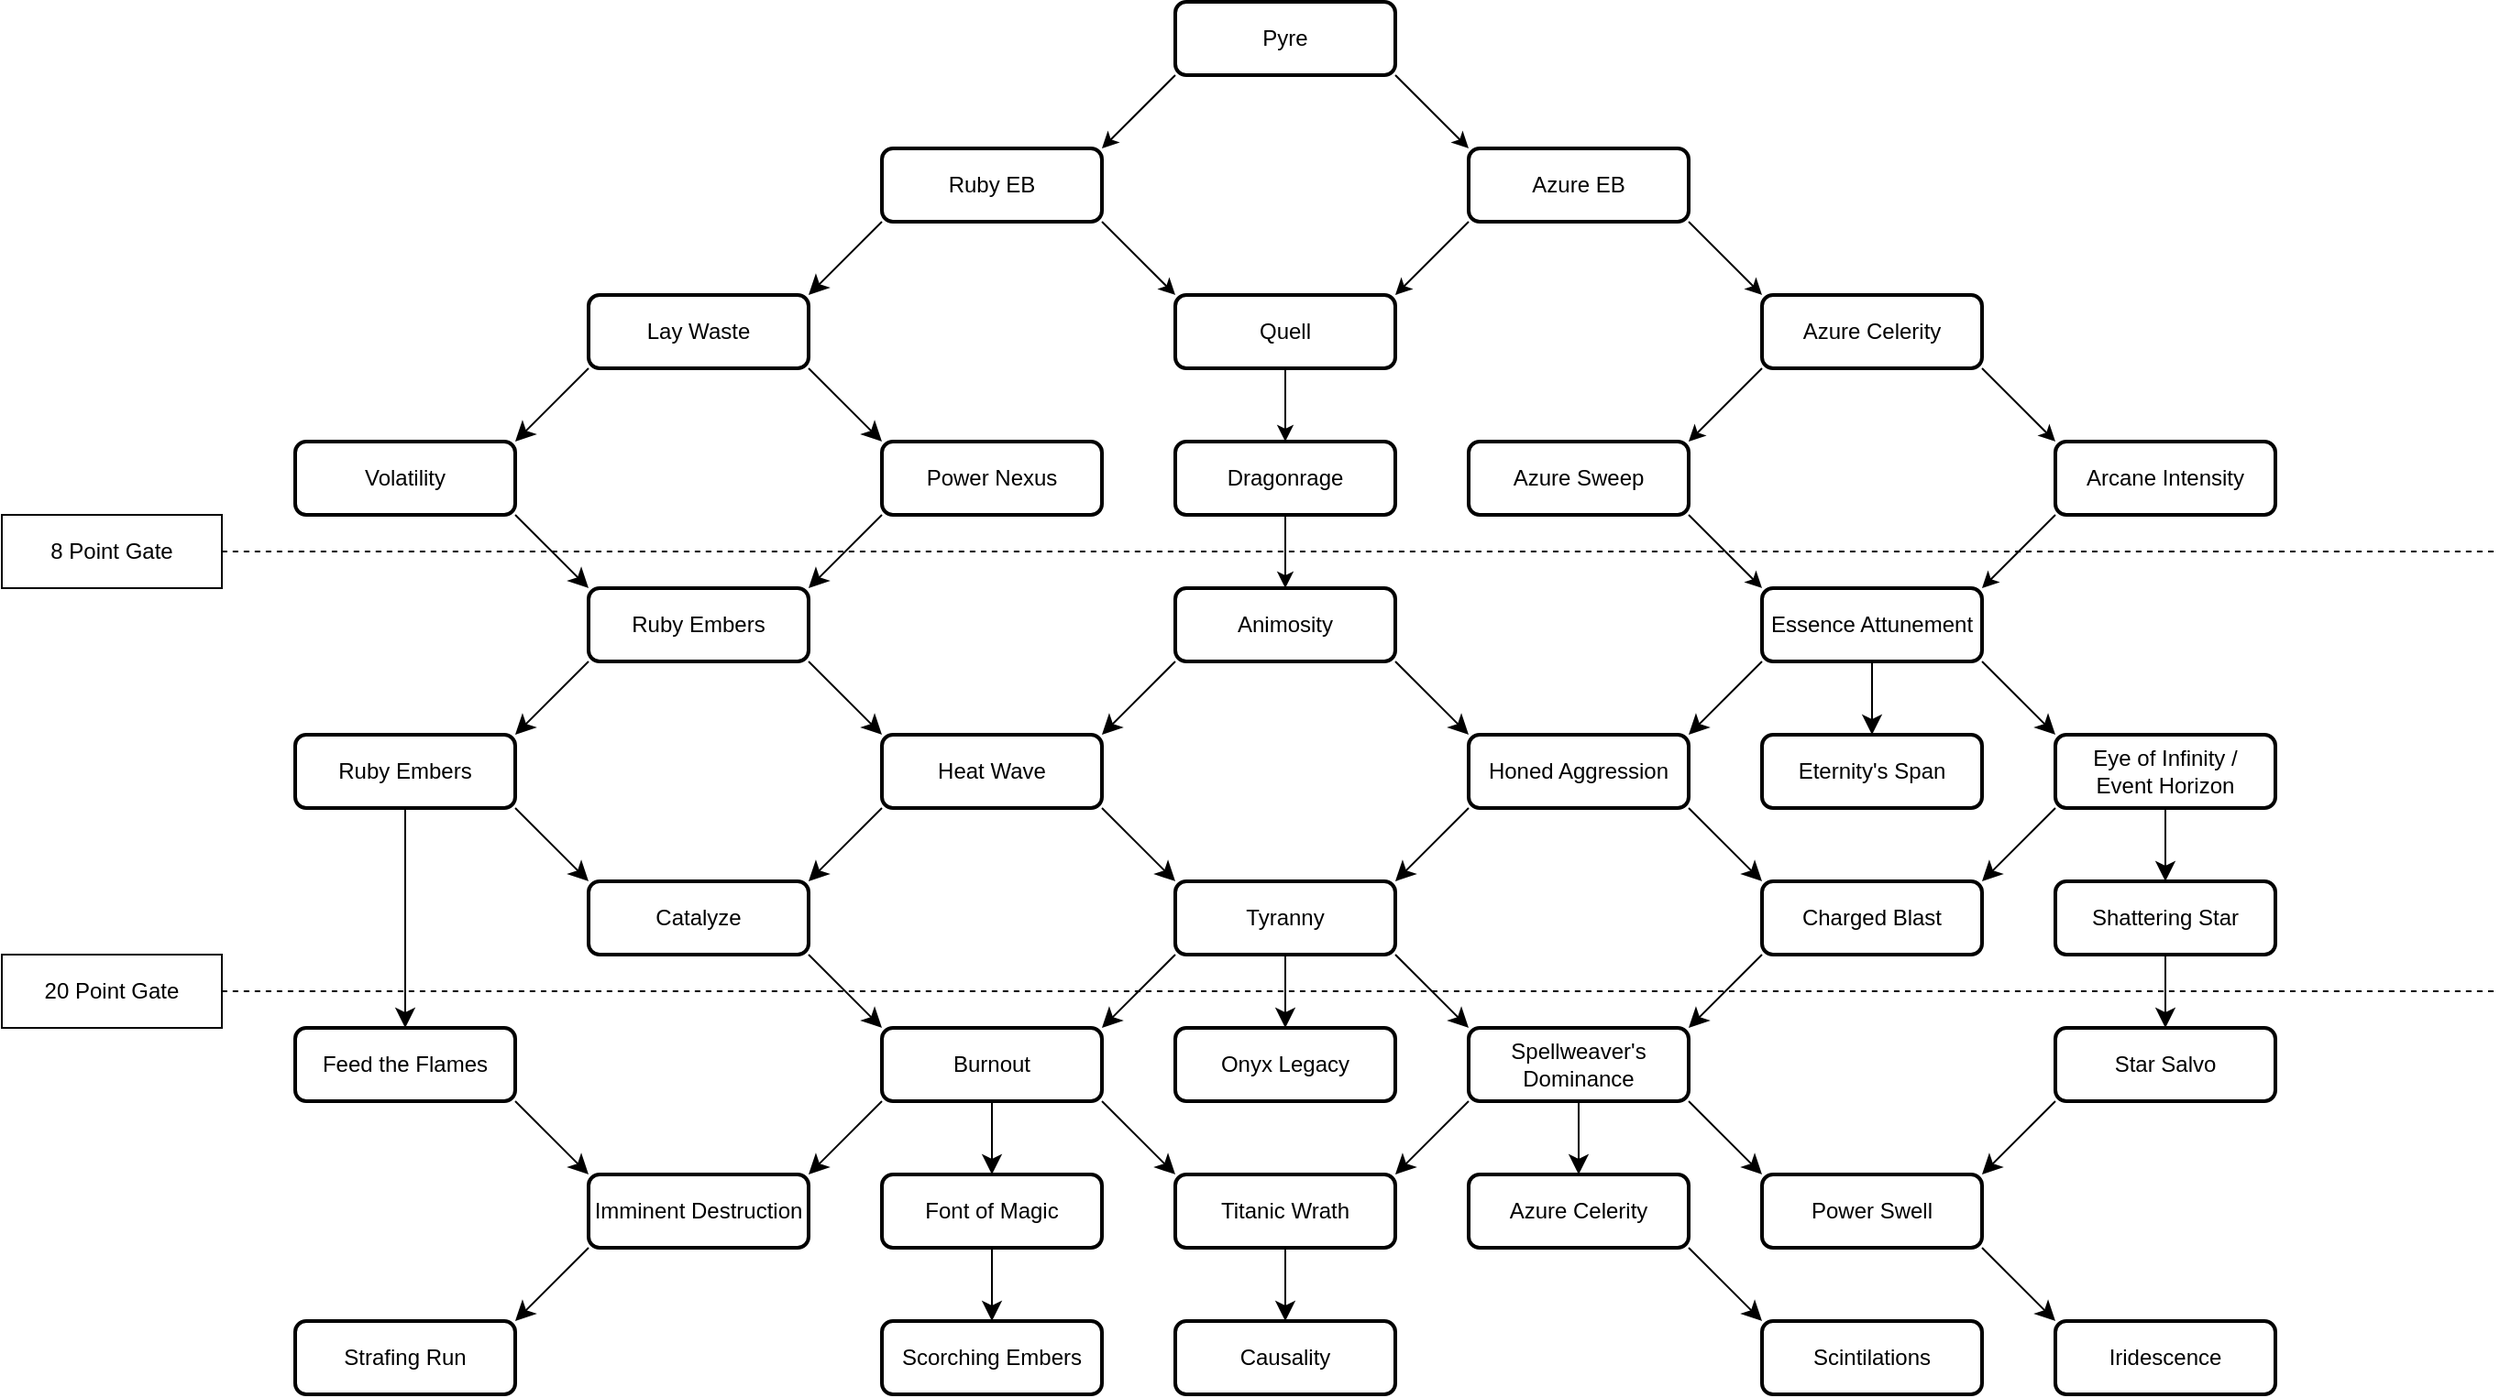
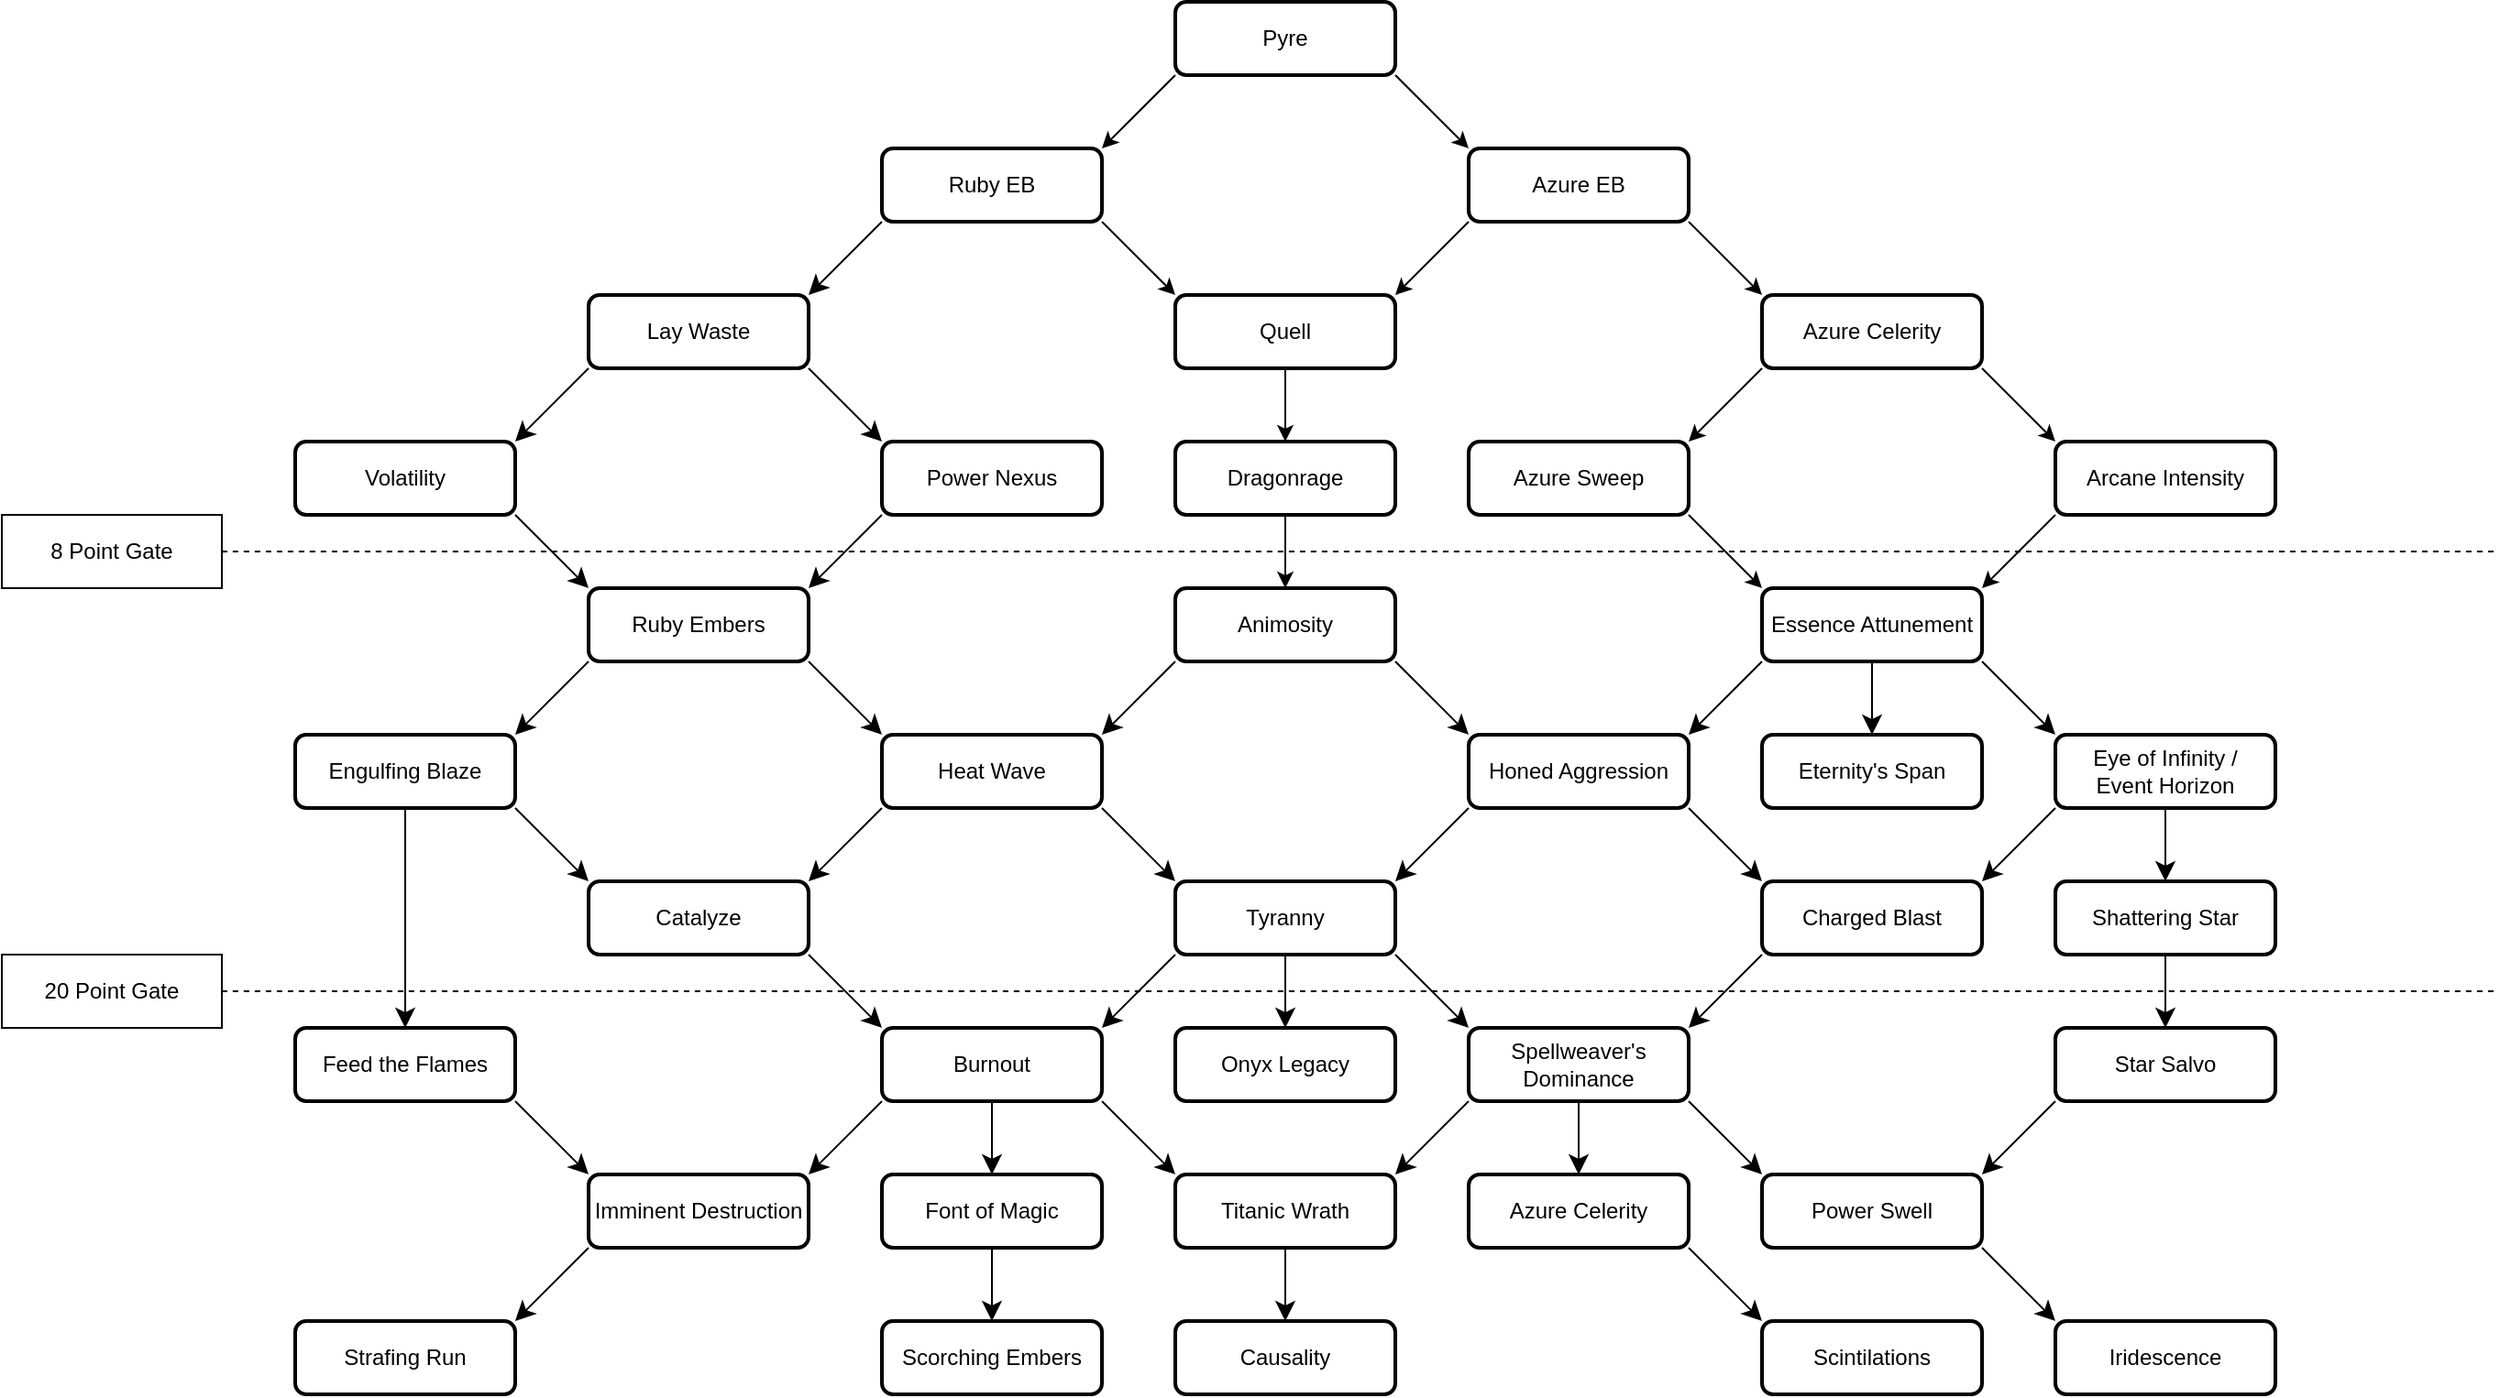
<mxfile host="app.diagrams.net" agent="Mozilla/5.0 (Windows NT 10.0; Win64; x64) AppleWebKit/537.36 (KHTML, like Gecko) Chrome/140.0.0.0 Safari/537.36 OPR/124.0.0.0">
  <diagram name="Page-1" id="hOetuab5Neo2MUPY-Vw1">
    <mxGraphModel dx="1844" dy="803" grid="0" gridSize="10" guides="1" tooltips="1" connect="1" arrows="1" fold="1" page="0" pageScale="1" pageWidth="850" pageHeight="1100" background="none" math="0" shadow="0">
      <root>
        <mxCell id="0" />
        <mxCell id="1" parent="0" />
        <mxCell id="OIwntdkwLblrr2rhOdX1-7" edge="1" parent="1" source="0f6FQbk-GcDdoWLRAv9r-2" style="rounded=0;orthogonalLoop=1;jettySize=auto;html=1;exitX=1;exitY=1;exitDx=0;exitDy=0;entryX=0;entryY=0;entryDx=0;entryDy=0;" target="0f6FQbk-GcDdoWLRAv9r-29">
          <mxGeometry relative="1" as="geometry" />
        </mxCell>
        <mxCell id="0f6FQbk-GcDdoWLRAv9r-2" parent="1" style="rounded=1;whiteSpace=wrap;html=1;strokeColor=light-dark(#000000,#0000FF);strokeWidth=2;" value="Pyre" vertex="1">
          <mxGeometry height="40" width="120" x="320" y="40" as="geometry" />
        </mxCell>
        <mxCell id="OIwntdkwLblrr2rhOdX1-9" edge="1" parent="1" source="0f6FQbk-GcDdoWLRAv9r-3" style="rounded=0;orthogonalLoop=1;jettySize=auto;html=1;exitX=1;exitY=1;exitDx=0;exitDy=0;entryX=0;entryY=0;entryDx=0;entryDy=0;" target="0f6FQbk-GcDdoWLRAv9r-21">
          <mxGeometry relative="1" as="geometry" />
        </mxCell>
        <mxCell id="0f6FQbk-GcDdoWLRAv9r-3" parent="1" style="rounded=1;whiteSpace=wrap;html=1;strokeWidth=2;strokeColor=light-dark(#000000,#000099);" value="Ruby EB" vertex="1">
          <mxGeometry height="40" width="120" x="160" y="120" as="geometry" />
        </mxCell>
        <mxCell id="0f6FQbk-GcDdoWLRAv9r-44" edge="1" parent="1" style="edgeStyle=none;curved=1;rounded=1;orthogonalLoop=1;jettySize=auto;html=1;exitX=1;exitY=1;exitDx=0;exitDy=0;entryX=0;entryY=0;entryDx=0;entryDy=0;fontSize=12;startSize=8;endSize=8;">
          <mxGeometry relative="1" as="geometry">
            <mxPoint x="440" y="560" as="sourcePoint" />
            <mxPoint x="480" y="600" as="targetPoint" />
          </mxGeometry>
        </mxCell>
        <mxCell id="0f6FQbk-GcDdoWLRAv9r-47" edge="1" parent="1" style="edgeStyle=none;curved=1;rounded=1;orthogonalLoop=1;jettySize=auto;html=1;exitX=0;exitY=1;exitDx=0;exitDy=0;entryX=1;entryY=0;entryDx=0;entryDy=0;fontSize=12;startSize=8;endSize=8;">
          <mxGeometry relative="1" as="geometry">
            <mxPoint x="320" y="560" as="sourcePoint" />
            <mxPoint x="280" y="600" as="targetPoint" />
          </mxGeometry>
        </mxCell>
        <mxCell id="0f6FQbk-GcDdoWLRAv9r-58" edge="1" parent="1" style="edgeStyle=none;curved=1;rounded=1;orthogonalLoop=1;jettySize=auto;html=1;exitX=0.5;exitY=1;exitDx=0;exitDy=0;entryX=0.5;entryY=0;entryDx=0;entryDy=0;fontSize=12;startSize=8;endSize=8;" target="p8pHNqXcbaAZnEPRJ2cy-6">
          <mxGeometry relative="1" as="geometry">
            <mxPoint x="540" y="640" as="sourcePoint" />
            <mxPoint x="540" y="680" as="targetPoint" />
          </mxGeometry>
        </mxCell>
        <mxCell id="0f6FQbk-GcDdoWLRAv9r-59" edge="1" parent="1" style="edgeStyle=none;curved=1;rounded=1;orthogonalLoop=1;jettySize=auto;html=1;exitX=1;exitY=1;exitDx=0;exitDy=0;entryX=0;entryY=0;entryDx=0;entryDy=0;fontSize=12;startSize=8;endSize=8;">
          <mxGeometry relative="1" as="geometry">
            <mxPoint x="600" y="640" as="sourcePoint" />
            <mxPoint x="640" y="680" as="targetPoint" />
          </mxGeometry>
        </mxCell>
        <mxCell id="0f6FQbk-GcDdoWLRAv9r-65" edge="1" parent="1" style="edgeStyle=none;curved=1;rounded=1;orthogonalLoop=1;jettySize=auto;html=1;exitX=0;exitY=1;exitDx=0;exitDy=0;entryX=1;entryY=0;entryDx=0;entryDy=0;fontSize=12;startSize=8;endSize=8;">
          <mxGeometry relative="1" as="geometry">
            <mxPoint x="640" y="560" as="sourcePoint" />
            <mxPoint x="600" y="600" as="targetPoint" />
          </mxGeometry>
        </mxCell>
        <mxCell id="OIwntdkwLblrr2rhOdX1-15" edge="1" parent="1" source="0f6FQbk-GcDdoWLRAv9r-21" style="edgeStyle=none;rounded=0;orthogonalLoop=1;jettySize=auto;html=1;exitX=0.5;exitY=1;exitDx=0;exitDy=0;entryX=0.5;entryY=0;entryDx=0;entryDy=0;" target="0f6FQbk-GcDdoWLRAv9r-22">
          <mxGeometry relative="1" as="geometry" />
        </mxCell>
        <mxCell id="0f6FQbk-GcDdoWLRAv9r-21" parent="1" style="rounded=1;whiteSpace=wrap;html=1;strokeWidth=2;strokeColor=light-dark(#000000,#000099);" value="Quell" vertex="1">
          <mxGeometry height="40" width="120" x="320" y="200" as="geometry" />
        </mxCell>
        <mxCell id="OIwntdkwLblrr2rhOdX1-16" edge="1" parent="1" source="0f6FQbk-GcDdoWLRAv9r-22" style="edgeStyle=none;rounded=0;orthogonalLoop=1;jettySize=auto;html=1;exitX=0.5;exitY=1;exitDx=0;exitDy=0;entryX=0.5;entryY=0;entryDx=0;entryDy=0;" target="0f6FQbk-GcDdoWLRAv9r-23">
          <mxGeometry relative="1" as="geometry" />
        </mxCell>
        <mxCell id="0f6FQbk-GcDdoWLRAv9r-22" parent="1" style="rounded=1;whiteSpace=wrap;html=1;strokeWidth=2;strokeColor=light-dark(#000000,#000099);" value="Dragonrage" vertex="1">
          <mxGeometry height="40" width="120" x="320" y="280" as="geometry" />
        </mxCell>
        <mxCell id="0f6FQbk-GcDdoWLRAv9r-23" parent="1" style="rounded=1;whiteSpace=wrap;html=1;strokeColor=light-dark(#000000,#0000FF);strokeWidth=2;" value="Animosity" vertex="1">
          <mxGeometry height="40" width="120" x="320" y="360" as="geometry" />
        </mxCell>
        <mxCell id="0f6FQbk-GcDdoWLRAv9r-66" edge="1" parent="1" style="edgeStyle=none;curved=1;rounded=1;orthogonalLoop=1;jettySize=auto;html=1;exitX=0;exitY=1;exitDx=0;exitDy=0;entryX=1;entryY=0;entryDx=0;entryDy=0;fontSize=12;startSize=8;endSize=8;">
          <mxGeometry relative="1" as="geometry">
            <mxPoint x="640" y="400" as="sourcePoint" />
            <mxPoint x="600" y="440" as="targetPoint" />
          </mxGeometry>
        </mxCell>
        <mxCell id="0f6FQbk-GcDdoWLRAv9r-62" edge="1" parent="1" source="0f6FQbk-GcDdoWLRAv9r-27" style="edgeStyle=none;curved=1;rounded=1;orthogonalLoop=1;jettySize=auto;html=1;exitX=0.5;exitY=1;exitDx=0;exitDy=0;entryX=0.5;entryY=0;entryDx=0;entryDy=0;fontSize=12;startSize=8;endSize=8;" target="p8pHNqXcbaAZnEPRJ2cy-14">
          <mxGeometry relative="1" as="geometry" />
        </mxCell>
        <mxCell id="0f6FQbk-GcDdoWLRAv9r-64" edge="1" parent="1" source="0f6FQbk-GcDdoWLRAv9r-27" style="edgeStyle=none;curved=1;rounded=1;orthogonalLoop=1;jettySize=auto;html=1;exitX=0;exitY=1;exitDx=0;exitDy=0;entryX=1;entryY=0;entryDx=0;entryDy=0;fontSize=12;startSize=8;endSize=8;">
          <mxGeometry relative="1" as="geometry">
            <mxPoint x="760" y="520" as="targetPoint" />
          </mxGeometry>
        </mxCell>
        <mxCell id="0f6FQbk-GcDdoWLRAv9r-27" parent="1" style="rounded=1;whiteSpace=wrap;html=1;strokeWidth=2;strokeColor=light-dark(#000000,#00FF00);" value="Eye of Infinity / &lt;br&gt;Event Horizon" vertex="1">
          <mxGeometry height="40" width="120" x="800" y="440" as="geometry" />
        </mxCell>
        <mxCell id="0f6FQbk-GcDdoWLRAv9r-60" edge="1" parent="1" source="0f6FQbk-GcDdoWLRAv9r-28" style="edgeStyle=none;curved=1;rounded=1;orthogonalLoop=1;jettySize=auto;html=1;exitX=0;exitY=1;exitDx=0;exitDy=0;entryX=1;entryY=0;entryDx=0;entryDy=0;fontSize=12;startSize=8;endSize=8;">
          <mxGeometry relative="1" as="geometry">
            <mxPoint x="760" y="680" as="targetPoint" />
          </mxGeometry>
        </mxCell>
        <mxCell id="0f6FQbk-GcDdoWLRAv9r-28" parent="1" style="rounded=1;whiteSpace=wrap;html=1;strokeColor=light-dark(#000000,#0000FF);strokeWidth=2;" value="Star Salvo" vertex="1">
          <mxGeometry height="40" width="120" x="800" y="600" as="geometry" />
        </mxCell>
        <mxCell id="OIwntdkwLblrr2rhOdX1-8" edge="1" parent="1" source="0f6FQbk-GcDdoWLRAv9r-29" style="rounded=0;orthogonalLoop=1;jettySize=auto;html=1;exitX=0;exitY=1;exitDx=0;exitDy=0;entryX=1;entryY=0;entryDx=0;entryDy=0;" target="0f6FQbk-GcDdoWLRAv9r-21">
          <mxGeometry relative="1" as="geometry" />
        </mxCell>
        <mxCell id="OIwntdkwLblrr2rhOdX1-10" edge="1" parent="1" source="0f6FQbk-GcDdoWLRAv9r-29" style="edgeStyle=none;rounded=0;orthogonalLoop=1;jettySize=auto;html=1;exitX=1;exitY=1;exitDx=0;exitDy=0;entryX=0;entryY=0;entryDx=0;entryDy=0;" target="LhPUbgTbJpqGcTxOS-ww-83">
          <mxGeometry relative="1" as="geometry" />
        </mxCell>
        <mxCell id="0f6FQbk-GcDdoWLRAv9r-29" parent="1" style="rounded=1;whiteSpace=wrap;html=1;strokeWidth=2;strokeColor=light-dark(#000000,#000099);" value="Azure EB" vertex="1">
          <mxGeometry height="40" width="120" x="480" y="120" as="geometry" />
        </mxCell>
        <mxCell id="0f6FQbk-GcDdoWLRAv9r-67" edge="1" parent="1" style="edgeStyle=none;curved=1;rounded=1;orthogonalLoop=1;jettySize=auto;html=1;exitX=1;exitY=1;exitDx=0;exitDy=0;entryX=0;entryY=0;entryDx=0;entryDy=0;fontSize=12;startSize=8;endSize=8;">
          <mxGeometry relative="1" as="geometry">
            <mxPoint x="600" y="480" as="sourcePoint" />
            <mxPoint x="640" y="520" as="targetPoint" />
          </mxGeometry>
        </mxCell>
        <mxCell id="0f6FQbk-GcDdoWLRAv9r-63" edge="1" parent="1" style="edgeStyle=none;curved=1;rounded=1;orthogonalLoop=1;jettySize=auto;html=1;exitX=1;exitY=1;exitDx=0;exitDy=0;entryX=0;entryY=0;entryDx=0;entryDy=0;fontSize=12;startSize=8;endSize=8;" target="0f6FQbk-GcDdoWLRAv9r-27">
          <mxGeometry relative="1" as="geometry">
            <mxPoint x="760" y="400" as="sourcePoint" />
          </mxGeometry>
        </mxCell>
        <mxCell id="LhPUbgTbJpqGcTxOS-ww-34" edge="1" parent="1" style="edgeStyle=none;curved=1;rounded=1;orthogonalLoop=1;jettySize=auto;html=1;exitX=1;exitY=1;exitDx=0;exitDy=0;entryX=0;entryY=0;entryDx=0;entryDy=0;fontSize=12;startSize=8;endSize=8;">
          <mxGeometry relative="1" as="geometry">
            <mxPoint x="280" y="640" as="sourcePoint" />
            <mxPoint x="320" y="680" as="targetPoint" />
          </mxGeometry>
        </mxCell>
        <mxCell id="LhPUbgTbJpqGcTxOS-ww-41" edge="1" parent="1" style="edgeStyle=none;curved=1;rounded=1;orthogonalLoop=1;jettySize=auto;html=1;exitX=0.5;exitY=1;exitDx=0;exitDy=0;fontSize=12;startSize=8;endSize=8;">
          <mxGeometry relative="1" as="geometry">
            <mxPoint x="220" y="640" as="sourcePoint" />
          </mxGeometry>
        </mxCell>
        <mxCell id="LhPUbgTbJpqGcTxOS-ww-33" edge="1" parent="1" style="edgeStyle=none;curved=1;rounded=1;orthogonalLoop=1;jettySize=auto;html=1;exitX=0;exitY=1;exitDx=0;exitDy=0;entryX=1;entryY=0;entryDx=0;entryDy=0;fontSize=12;startSize=8;endSize=8;">
          <mxGeometry relative="1" as="geometry">
            <mxPoint x="480" y="640" as="sourcePoint" />
            <mxPoint x="440" y="680" as="targetPoint" />
          </mxGeometry>
        </mxCell>
        <mxCell id="LhPUbgTbJpqGcTxOS-ww-43" edge="1" parent="1" source="LhPUbgTbJpqGcTxOS-ww-36" style="edgeStyle=none;curved=1;rounded=1;orthogonalLoop=1;jettySize=auto;html=1;exitX=0.5;exitY=1;exitDx=0;exitDy=0;entryX=0.5;entryY=0;entryDx=0;entryDy=0;fontSize=12;startSize=8;endSize=8;" target="LhPUbgTbJpqGcTxOS-ww-42">
          <mxGeometry relative="1" as="geometry" />
        </mxCell>
        <mxCell id="LhPUbgTbJpqGcTxOS-ww-36" parent="1" style="rounded=1;whiteSpace=wrap;html=1;strokeColor=light-dark(#000000,#0000FF);strokeWidth=2;" value="Titanic Wrath" vertex="1">
          <mxGeometry height="40" width="120" x="320" y="680" as="geometry" />
        </mxCell>
        <mxCell id="LhPUbgTbJpqGcTxOS-ww-42" parent="1" style="rounded=1;whiteSpace=wrap;html=1;strokeColor=light-dark(#000000,#0000FF);strokeWidth=2;" value="Causality" vertex="1">
          <mxGeometry height="40" width="120" x="320" y="760" as="geometry" />
        </mxCell>
        <mxCell id="LhPUbgTbJpqGcTxOS-ww-44" parent="1" style="rounded=1;whiteSpace=wrap;html=1;strokeColor=light-dark(#000000,#0000FF);strokeWidth=2;" value="Scintilations" vertex="1">
          <mxGeometry height="40" width="120" x="640" y="760" as="geometry" />
        </mxCell>
        <mxCell id="LhPUbgTbJpqGcTxOS-ww-52" edge="1" parent="1" style="edgeStyle=none;curved=1;rounded=1;orthogonalLoop=1;jettySize=auto;html=1;exitX=0;exitY=1;exitDx=0;exitDy=0;entryX=1;entryY=0;entryDx=0;entryDy=0;fontSize=12;startSize=8;endSize=8;">
          <mxGeometry relative="1" as="geometry">
            <mxPoint x="160" y="480" as="sourcePoint" />
          </mxGeometry>
        </mxCell>
        <mxCell id="LhPUbgTbJpqGcTxOS-ww-53" edge="1" parent="1" style="edgeStyle=none;curved=1;rounded=1;orthogonalLoop=1;jettySize=auto;html=1;exitX=1;exitY=1;exitDx=0;exitDy=0;entryX=0;entryY=0;entryDx=0;entryDy=0;fontSize=12;startSize=8;endSize=8;">
          <mxGeometry relative="1" as="geometry">
            <mxPoint x="160" y="600" as="targetPoint" />
          </mxGeometry>
        </mxCell>
        <mxCell id="LhPUbgTbJpqGcTxOS-ww-56" parent="1" style="rounded=1;whiteSpace=wrap;html=1;strokeColor=light-dark(#000000,#0000FF);strokeWidth=2;" value="Tyranny" vertex="1">
          <mxGeometry height="40" width="120" x="320" y="520" as="geometry" />
        </mxCell>
        <mxCell id="LhPUbgTbJpqGcTxOS-ww-62" edge="1" parent="1" style="endArrow=none;dashed=1;html=1;rounded=1;fontSize=12;startSize=8;endSize=8;curved=1;" value="">
          <mxGeometry height="50" relative="1" width="50" as="geometry">
            <mxPoint x="-200" y="580" as="sourcePoint" />
            <mxPoint x="1040" y="580" as="targetPoint" />
          </mxGeometry>
        </mxCell>
        <mxCell id="LhPUbgTbJpqGcTxOS-ww-64" parent="1" style="rounded=0;whiteSpace=wrap;html=1;" value="20 Point Gate" vertex="1">
          <mxGeometry height="40" width="120" x="-320" y="560" as="geometry" />
        </mxCell>
        <mxCell id="LhPUbgTbJpqGcTxOS-ww-66" edge="1" parent="1" style="endArrow=none;dashed=1;html=1;rounded=1;fontSize=12;startSize=8;endSize=8;curved=1;" value="">
          <mxGeometry height="50" relative="1" width="50" as="geometry">
            <mxPoint x="-200" y="340" as="sourcePoint" />
            <mxPoint x="1040" y="340" as="targetPoint" />
          </mxGeometry>
        </mxCell>
        <mxCell id="LhPUbgTbJpqGcTxOS-ww-67" parent="1" style="rounded=0;whiteSpace=wrap;html=1;" value="8 Point Gate" vertex="1">
          <mxGeometry height="40" width="120" x="-320" y="320" as="geometry" />
        </mxCell>
        <mxCell id="LhPUbgTbJpqGcTxOS-ww-70" parent="1" style="rounded=1;whiteSpace=wrap;html=1;strokeColor=light-dark(#000000,#0000FF);strokeWidth=2;" value="Volatility" vertex="1">
          <mxGeometry height="40" width="120" x="-160" y="280" as="geometry" />
        </mxCell>
        <mxCell id="OIwntdkwLblrr2rhOdX1-12" edge="1" parent="1" source="LhPUbgTbJpqGcTxOS-ww-75" style="edgeStyle=none;rounded=0;orthogonalLoop=1;jettySize=auto;html=1;exitX=1;exitY=1;exitDx=0;exitDy=0;entryX=0;entryY=0;entryDx=0;entryDy=0;" target="LhPUbgTbJpqGcTxOS-ww-118">
          <mxGeometry relative="1" as="geometry" />
        </mxCell>
        <mxCell id="LhPUbgTbJpqGcTxOS-ww-75" parent="1" style="rounded=1;whiteSpace=wrap;html=1;strokeColor=light-dark(#000000,#0000FF);strokeWidth=2;" value="Azure Sweep" vertex="1">
          <mxGeometry height="40" width="120" x="480" y="280" as="geometry" />
        </mxCell>
        <mxCell id="LhPUbgTbJpqGcTxOS-ww-80" parent="1" style="rounded=1;whiteSpace=wrap;html=1;strokeColor=light-dark(#000000,#0000FF);strokeWidth=2;" value="Power Nexus" vertex="1">
          <mxGeometry height="40" width="120" x="160" y="280" as="geometry" />
        </mxCell>
        <mxCell id="LhPUbgTbJpqGcTxOS-ww-81" parent="1" style="rounded=1;whiteSpace=wrap;html=1;strokeColor=light-dark(#000000,#0000FF);strokeWidth=2;" value="Ruby Embers" vertex="1">
          <mxGeometry height="40" width="120" y="360" as="geometry" />
        </mxCell>
        <mxCell id="OIwntdkwLblrr2rhOdX1-11" edge="1" parent="1" source="LhPUbgTbJpqGcTxOS-ww-83" style="edgeStyle=none;rounded=0;orthogonalLoop=1;jettySize=auto;html=1;exitX=0;exitY=1;exitDx=0;exitDy=0;entryX=1;entryY=0;entryDx=0;entryDy=0;" target="LhPUbgTbJpqGcTxOS-ww-75">
          <mxGeometry relative="1" as="geometry" />
        </mxCell>
        <mxCell id="OIwntdkwLblrr2rhOdX1-14" edge="1" parent="1" source="LhPUbgTbJpqGcTxOS-ww-83" style="edgeStyle=none;rounded=0;orthogonalLoop=1;jettySize=auto;html=1;exitX=1;exitY=1;exitDx=0;exitDy=0;entryX=0;entryY=0;entryDx=0;entryDy=0;" target="LhPUbgTbJpqGcTxOS-ww-148">
          <mxGeometry relative="1" as="geometry" />
        </mxCell>
        <mxCell id="LhPUbgTbJpqGcTxOS-ww-83" parent="1" style="rounded=1;whiteSpace=wrap;html=1;strokeColor=light-dark(#000000,#0000FF);strokeWidth=2;" value="Azure Celerity" vertex="1">
          <mxGeometry height="40" width="120" x="640" y="200" as="geometry" />
        </mxCell>
        <mxCell id="LhPUbgTbJpqGcTxOS-ww-94" parent="1" style="rounded=1;whiteSpace=wrap;html=1;strokeColor=light-dark(#000000,#0000FF);strokeWidth=2;" value="Strafing Run" vertex="1">
          <mxGeometry height="40" width="120" x="-160" y="760" as="geometry" />
        </mxCell>
        <mxCell id="LhPUbgTbJpqGcTxOS-ww-101" edge="1" parent="1" source="LhPUbgTbJpqGcTxOS-ww-97" style="edgeStyle=none;curved=1;rounded=1;orthogonalLoop=1;jettySize=auto;html=1;exitX=0;exitY=1;exitDx=0;exitDy=0;entryX=1;entryY=0;entryDx=0;entryDy=0;fontSize=12;startSize=8;endSize=8;" target="p8pHNqXcbaAZnEPRJ2cy-4">
          <mxGeometry relative="1" as="geometry">
            <mxPoint x="120" y="520" as="targetPoint" />
          </mxGeometry>
        </mxCell>
        <mxCell id="LhPUbgTbJpqGcTxOS-ww-97" parent="1" style="rounded=1;whiteSpace=wrap;html=1;strokeColor=light-dark(#000000,#0000FF);strokeWidth=2;" value="Heat Wave" vertex="1">
          <mxGeometry height="40" width="120" x="160" y="440" as="geometry" />
        </mxCell>
        <mxCell id="LhPUbgTbJpqGcTxOS-ww-109" edge="1" parent="1" source="p8pHNqXcbaAZnEPRJ2cy-3" style="edgeStyle=none;curved=1;rounded=1;orthogonalLoop=1;jettySize=auto;html=1;exitX=1;exitY=1;exitDx=0;exitDy=0;entryX=0;entryY=0;entryDx=0;entryDy=0;fontSize=12;startSize=8;endSize=8;" target="LhPUbgTbJpqGcTxOS-ww-105">
          <mxGeometry relative="1" as="geometry">
            <mxPoint x="-40" y="640" as="sourcePoint" />
          </mxGeometry>
        </mxCell>
        <mxCell id="LhPUbgTbJpqGcTxOS-ww-104" parent="1" style="rounded=1;whiteSpace=wrap;html=1;strokeColor=light-dark(#000000,#0000FF);strokeWidth=2;" value="Scorching Embers" vertex="1">
          <mxGeometry height="40" width="120" x="160" y="760" as="geometry" />
        </mxCell>
        <mxCell id="LhPUbgTbJpqGcTxOS-ww-116" edge="1" parent="1" source="LhPUbgTbJpqGcTxOS-ww-105" style="edgeStyle=none;curved=1;rounded=1;orthogonalLoop=1;jettySize=auto;html=1;exitX=0;exitY=1;exitDx=0;exitDy=0;entryX=1;entryY=0;entryDx=0;entryDy=0;fontSize=12;startSize=8;endSize=8;" target="LhPUbgTbJpqGcTxOS-ww-94">
          <mxGeometry relative="1" as="geometry" />
        </mxCell>
        <mxCell id="LhPUbgTbJpqGcTxOS-ww-105" parent="1" style="rounded=1;whiteSpace=wrap;html=1;strokeColor=light-dark(#000000,#0000FF);strokeWidth=2;" value="Imminent Destruction" vertex="1">
          <mxGeometry height="40" width="120" y="680" as="geometry" />
        </mxCell>
        <mxCell id="LhPUbgTbJpqGcTxOS-ww-114" edge="1" parent="1" source="p8pHNqXcbaAZnEPRJ2cy-4" style="edgeStyle=none;curved=1;rounded=1;orthogonalLoop=1;jettySize=auto;html=1;exitX=1;exitY=1;exitDx=0;exitDy=0;entryX=0;entryY=0;entryDx=0;entryDy=0;fontSize=12;startSize=8;endSize=8;" target="LhPUbgTbJpqGcTxOS-ww-113">
          <mxGeometry relative="1" as="geometry">
            <mxPoint x="95" y="553" as="sourcePoint" />
          </mxGeometry>
        </mxCell>
        <mxCell id="LhPUbgTbJpqGcTxOS-ww-115" edge="1" parent="1" source="LhPUbgTbJpqGcTxOS-ww-113" style="edgeStyle=none;curved=1;rounded=1;orthogonalLoop=1;jettySize=auto;html=1;exitX=0;exitY=1;exitDx=0;exitDy=0;entryX=1;entryY=0;entryDx=0;entryDy=0;fontSize=12;startSize=8;endSize=8;" target="LhPUbgTbJpqGcTxOS-ww-105">
          <mxGeometry relative="1" as="geometry" />
        </mxCell>
        <mxCell id="LhPUbgTbJpqGcTxOS-ww-117" edge="1" parent="1" source="LhPUbgTbJpqGcTxOS-ww-113" style="edgeStyle=none;curved=1;rounded=1;orthogonalLoop=1;jettySize=auto;html=1;exitX=0.5;exitY=1;exitDx=0;exitDy=0;fontSize=12;startSize=8;endSize=8;" target="p8pHNqXcbaAZnEPRJ2cy-8">
          <mxGeometry relative="1" as="geometry" />
        </mxCell>
        <mxCell id="LhPUbgTbJpqGcTxOS-ww-113" parent="1" style="rounded=1;whiteSpace=wrap;html=1;strokeColor=light-dark(#000000,#0000FF);strokeWidth=2;" value="Burnout" vertex="1">
          <mxGeometry height="40" width="120" x="160" y="600" as="geometry" />
        </mxCell>
        <mxCell id="LhPUbgTbJpqGcTxOS-ww-127" edge="1" parent="1" source="LhPUbgTbJpqGcTxOS-ww-118" style="edgeStyle=none;curved=1;rounded=1;orthogonalLoop=1;jettySize=auto;html=1;exitX=0.5;exitY=1;exitDx=0;exitDy=0;entryX=0.5;entryY=0;entryDx=0;entryDy=0;fontSize=12;startSize=8;endSize=8;">
          <mxGeometry relative="1" as="geometry">
            <mxPoint x="700" y="440" as="targetPoint" />
          </mxGeometry>
        </mxCell>
        <mxCell id="LhPUbgTbJpqGcTxOS-ww-118" parent="1" style="rounded=1;whiteSpace=wrap;html=1;strokeColor=light-dark(#000000,#0000FF);strokeWidth=2;" value="Essence Attunement" vertex="1">
          <mxGeometry height="40" width="120" x="640" y="360" as="geometry" />
        </mxCell>
        <mxCell id="LhPUbgTbJpqGcTxOS-ww-123" edge="1" parent="1" style="edgeStyle=none;curved=1;rounded=1;orthogonalLoop=1;jettySize=auto;html=1;exitX=1;exitY=1;exitDx=0;exitDy=0;entryX=0;entryY=0;entryDx=0;entryDy=0;fontSize=12;startSize=8;endSize=8;" target="LhPUbgTbJpqGcTxOS-ww-122">
          <mxGeometry relative="1" as="geometry">
            <mxPoint x="760" y="720" as="sourcePoint" />
          </mxGeometry>
        </mxCell>
        <mxCell id="LhPUbgTbJpqGcTxOS-ww-122" parent="1" style="rounded=1;whiteSpace=wrap;html=1;strokeColor=light-dark(#000000,#0000FF);strokeWidth=2;" value="Iridescence" vertex="1">
          <mxGeometry height="40" width="120" x="800" y="760" as="geometry" />
        </mxCell>
        <mxCell id="LhPUbgTbJpqGcTxOS-ww-128" edge="1" parent="1" source="LhPUbgTbJpqGcTxOS-ww-81" style="edgeStyle=none;curved=1;rounded=1;orthogonalLoop=1;jettySize=auto;html=1;exitX=1;exitY=1;exitDx=0;exitDy=0;fontSize=12;startSize=8;endSize=8;entryX=0;entryY=0;entryDx=0;entryDy=0;" target="LhPUbgTbJpqGcTxOS-ww-97">
          <mxGeometry relative="1" as="geometry">
            <mxPoint x="60" y="480" as="sourcePoint" />
            <mxPoint x="44.43396226415098" y="513" as="targetPoint" />
          </mxGeometry>
        </mxCell>
        <mxCell id="LhPUbgTbJpqGcTxOS-ww-133" parent="1" style="rounded=1;whiteSpace=wrap;html=1;strokeColor=light-dark(#000000,#0000FF);strokeWidth=2;" value="Power Swell" vertex="1">
          <mxGeometry height="40" width="120" x="640" y="680" as="geometry" />
        </mxCell>
        <mxCell id="LhPUbgTbJpqGcTxOS-ww-134" parent="1" style="rounded=1;whiteSpace=wrap;html=1;strokeColor=light-dark(#000000,#0000FF);strokeWidth=2;" value="Spellweaver&#39;s Dominance" vertex="1">
          <mxGeometry height="40" width="120" x="480" y="600" as="geometry" />
        </mxCell>
        <mxCell id="LhPUbgTbJpqGcTxOS-ww-142" parent="1" style="rounded=1;whiteSpace=wrap;html=1;strokeColor=light-dark(#000000,#0000FF);strokeWidth=2;" value="Honed Aggression" vertex="1">
          <mxGeometry height="40" width="120" x="480" y="440" as="geometry" />
        </mxCell>
        <mxCell id="LhPUbgTbJpqGcTxOS-ww-144" parent="1" style="rounded=1;whiteSpace=wrap;html=1;strokeColor=light-dark(#000000,#0000FF);strokeWidth=2;" value="Eternity&#39;s Span" vertex="1">
          <mxGeometry height="40" width="120" x="640" y="440" as="geometry" />
        </mxCell>
        <mxCell id="LhPUbgTbJpqGcTxOS-ww-147" parent="1" style="rounded=1;whiteSpace=wrap;html=1;strokeColor=light-dark(#000000,#0000FF);strokeWidth=2;" value="Charged Blast" vertex="1">
          <mxGeometry height="40" width="120" x="640" y="520" as="geometry" />
        </mxCell>
        <mxCell id="OIwntdkwLblrr2rhOdX1-13" edge="1" parent="1" source="LhPUbgTbJpqGcTxOS-ww-148" style="edgeStyle=none;rounded=0;orthogonalLoop=1;jettySize=auto;html=1;exitX=0;exitY=1;exitDx=0;exitDy=0;entryX=1;entryY=0;entryDx=0;entryDy=0;" target="LhPUbgTbJpqGcTxOS-ww-118">
          <mxGeometry relative="1" as="geometry" />
        </mxCell>
        <mxCell id="LhPUbgTbJpqGcTxOS-ww-148" parent="1" style="rounded=1;whiteSpace=wrap;html=1;strokeColor=light-dark(#000000,#0000FF);strokeWidth=2;" value="Arcane Intensity" vertex="1">
          <mxGeometry height="40" width="120" x="800" y="280" as="geometry" />
        </mxCell>
        <mxCell id="p8pHNqXcbaAZnEPRJ2cy-1" parent="1" style="rounded=1;whiteSpace=wrap;html=1;strokeColor=light-dark(#000000,#0000FF);strokeWidth=2;" value="Lay Waste" vertex="1">
          <mxGeometry height="40" width="120" y="200" as="geometry" />
        </mxCell>
        <mxCell id="p8pHNqXcbaAZnEPRJ2cy-2" parent="1" style="rounded=1;whiteSpace=wrap;html=1;strokeColor=light-dark(#000000,#0000FF);strokeWidth=2;" value="Onyx Legacy" vertex="1">
          <mxGeometry height="40" width="120" x="320" y="600" as="geometry" />
        </mxCell>
        <mxCell id="p8pHNqXcbaAZnEPRJ2cy-3" parent="1" style="rounded=1;whiteSpace=wrap;html=1;strokeColor=light-dark(#000000,#0000FF);strokeWidth=2;" value="Feed the Flames" vertex="1">
          <mxGeometry height="40" width="120" x="-160" y="600" as="geometry" />
        </mxCell>
        <mxCell id="p8pHNqXcbaAZnEPRJ2cy-4" parent="1" style="rounded=1;whiteSpace=wrap;html=1;strokeColor=light-dark(#000000,#0000FF);strokeWidth=2;" value="Catalyze" vertex="1">
          <mxGeometry height="40" width="120" y="520" as="geometry" />
        </mxCell>
        <mxCell id="p8pHNqXcbaAZnEPRJ2cy-5" edge="1" parent="1" source="LhPUbgTbJpqGcTxOS-ww-56" style="edgeStyle=none;curved=1;rounded=1;orthogonalLoop=1;jettySize=auto;html=1;exitX=0.5;exitY=1;exitDx=0;exitDy=0;fontSize=12;startSize=8;endSize=8;" target="p8pHNqXcbaAZnEPRJ2cy-2">
          <mxGeometry relative="1" as="geometry">
            <mxPoint x="483" y="491" as="sourcePoint" />
            <mxPoint x="483" y="531" as="targetPoint" />
          </mxGeometry>
        </mxCell>
        <mxCell id="p8pHNqXcbaAZnEPRJ2cy-6" parent="1" style="rounded=1;whiteSpace=wrap;html=1;strokeColor=light-dark(#000000,#0000FF);strokeWidth=2;" value="Azure Celerity" vertex="1">
          <mxGeometry height="40" width="120" x="480" y="680" as="geometry" />
        </mxCell>
        <mxCell id="p8pHNqXcbaAZnEPRJ2cy-7" edge="1" parent="1" source="p8pHNqXcbaAZnEPRJ2cy-6" style="edgeStyle=none;curved=1;rounded=1;orthogonalLoop=1;jettySize=auto;html=1;exitX=1;exitY=1;exitDx=0;exitDy=0;entryX=0;entryY=0;entryDx=0;entryDy=0;fontSize=12;startSize=8;endSize=8;" target="LhPUbgTbJpqGcTxOS-ww-44">
          <mxGeometry relative="1" as="geometry">
            <mxPoint x="601" y="768" as="sourcePoint" />
            <mxPoint x="641" y="808" as="targetPoint" />
          </mxGeometry>
        </mxCell>
        <mxCell id="p8pHNqXcbaAZnEPRJ2cy-8" parent="1" style="rounded=1;whiteSpace=wrap;html=1;strokeColor=light-dark(#000000,#0000FF);strokeWidth=2;" value="Font of Magic" vertex="1">
          <mxGeometry height="40" width="120" x="160" y="680" as="geometry" />
        </mxCell>
        <mxCell id="p8pHNqXcbaAZnEPRJ2cy-9" edge="1" parent="1" source="p8pHNqXcbaAZnEPRJ2cy-8" style="edgeStyle=none;curved=1;rounded=1;orthogonalLoop=1;jettySize=auto;html=1;exitX=0.5;exitY=1;exitDx=0;exitDy=0;fontSize=12;startSize=8;endSize=8;entryX=0.5;entryY=0;entryDx=0;entryDy=0;" target="LhPUbgTbJpqGcTxOS-ww-104">
          <mxGeometry relative="1" as="geometry">
            <mxPoint x="209" y="742" as="sourcePoint" />
            <mxPoint x="209" y="782" as="targetPoint" />
          </mxGeometry>
        </mxCell>
        <mxCell id="p8pHNqXcbaAZnEPRJ2cy-10" edge="1" parent="1" source="0f6FQbk-GcDdoWLRAv9r-23" style="edgeStyle=none;curved=1;rounded=1;orthogonalLoop=1;jettySize=auto;html=1;exitX=0;exitY=1;exitDx=0;exitDy=0;fontSize=12;startSize=8;endSize=8;entryX=1;entryY=0;entryDx=0;entryDy=0;" target="LhPUbgTbJpqGcTxOS-ww-97">
          <mxGeometry relative="1" as="geometry">
            <mxPoint x="336" y="437" as="sourcePoint" />
            <mxPoint x="336" y="477" as="targetPoint" />
          </mxGeometry>
        </mxCell>
        <mxCell id="p8pHNqXcbaAZnEPRJ2cy-11" edge="1" parent="1" source="LhPUbgTbJpqGcTxOS-ww-97" style="edgeStyle=none;curved=1;rounded=1;orthogonalLoop=1;jettySize=auto;html=1;exitX=1;exitY=1;exitDx=0;exitDy=0;fontSize=12;startSize=8;endSize=8;entryX=0;entryY=0;entryDx=0;entryDy=0;" target="LhPUbgTbJpqGcTxOS-ww-56">
          <mxGeometry relative="1" as="geometry">
            <mxPoint x="336" y="446" as="sourcePoint" />
            <mxPoint x="336" y="486" as="targetPoint" />
          </mxGeometry>
        </mxCell>
        <mxCell id="p8pHNqXcbaAZnEPRJ2cy-12" edge="1" parent="1" source="0f6FQbk-GcDdoWLRAv9r-23" style="edgeStyle=none;curved=1;rounded=1;orthogonalLoop=1;jettySize=auto;html=1;exitX=1;exitY=1;exitDx=0;exitDy=0;fontSize=12;startSize=8;endSize=8;entryX=0;entryY=0;entryDx=0;entryDy=0;" target="LhPUbgTbJpqGcTxOS-ww-142">
          <mxGeometry relative="1" as="geometry">
            <mxPoint x="413" y="456" as="sourcePoint" />
            <mxPoint x="413" y="496" as="targetPoint" />
          </mxGeometry>
        </mxCell>
        <mxCell id="p8pHNqXcbaAZnEPRJ2cy-13" edge="1" parent="1" source="LhPUbgTbJpqGcTxOS-ww-142" style="edgeStyle=none;curved=1;rounded=1;orthogonalLoop=1;jettySize=auto;html=1;exitX=0;exitY=1;exitDx=0;exitDy=0;fontSize=12;startSize=8;endSize=8;entryX=1;entryY=0;entryDx=0;entryDy=0;" target="LhPUbgTbJpqGcTxOS-ww-56">
          <mxGeometry relative="1" as="geometry">
            <mxPoint x="466" y="501" as="sourcePoint" />
            <mxPoint x="466" y="541" as="targetPoint" />
          </mxGeometry>
        </mxCell>
        <mxCell id="p8pHNqXcbaAZnEPRJ2cy-14" parent="1" style="rounded=1;whiteSpace=wrap;html=1;strokeColor=light-dark(#000000,#0000FF);strokeWidth=2;" value="Shattering Star" vertex="1">
          <mxGeometry height="40" width="120" x="800" y="520" as="geometry" />
        </mxCell>
        <mxCell id="p8pHNqXcbaAZnEPRJ2cy-16" edge="1" parent="1" source="p8pHNqXcbaAZnEPRJ2cy-14" style="edgeStyle=none;curved=1;rounded=1;orthogonalLoop=1;jettySize=auto;html=1;exitX=0.5;exitY=1;exitDx=0;exitDy=0;entryX=0.5;entryY=0;entryDx=0;entryDy=0;fontSize=12;startSize=8;endSize=8;" target="0f6FQbk-GcDdoWLRAv9r-28">
          <mxGeometry relative="1" as="geometry">
            <mxPoint x="1008" y="627" as="sourcePoint" />
            <mxPoint x="1008" y="667" as="targetPoint" />
          </mxGeometry>
        </mxCell>
-         <mxCell id="p8pHNqXcbaAZnEPRJ2cy-17" parent="1" style="rounded=1;whiteSpace=wrap;html=1;strokeColor=light-dark(#000000,#0000FF);strokeWidth=2;" value="Ruby Embers" vertex="1">
+         <mxCell id="p8pHNqXcbaAZnEPRJ2cy-17" parent="1" style="rounded=1;whiteSpace=wrap;html=1;strokeColor=light-dark(#000000,#0000FF);strokeWidth=2;" value="Engulfing Blaze" vertex="1">
          <mxGeometry height="40" width="120" x="-160" y="440" as="geometry" />
        </mxCell>
        <mxCell id="p8pHNqXcbaAZnEPRJ2cy-18" edge="1" parent="1" source="0f6FQbk-GcDdoWLRAv9r-3" style="edgeStyle=none;curved=1;rounded=1;orthogonalLoop=1;jettySize=auto;html=1;exitX=0;exitY=1;exitDx=0;exitDy=0;fontSize=12;startSize=8;endSize=8;entryX=1;entryY=0;entryDx=0;entryDy=0;" target="p8pHNqXcbaAZnEPRJ2cy-1">
          <mxGeometry relative="1" as="geometry">
            <mxPoint x="166" y="202" as="sourcePoint" />
            <mxPoint x="206" y="242" as="targetPoint" />
          </mxGeometry>
        </mxCell>
        <mxCell id="p8pHNqXcbaAZnEPRJ2cy-19" edge="1" parent="1" source="p8pHNqXcbaAZnEPRJ2cy-1" style="edgeStyle=none;curved=1;rounded=1;orthogonalLoop=1;jettySize=auto;html=1;exitX=1;exitY=1;exitDx=0;exitDy=0;fontSize=12;startSize=8;endSize=8;entryX=0;entryY=0;entryDx=0;entryDy=0;" target="LhPUbgTbJpqGcTxOS-ww-80">
          <mxGeometry relative="1" as="geometry">
            <mxPoint x="95" y="246" as="sourcePoint" />
            <mxPoint x="135" y="286" as="targetPoint" />
          </mxGeometry>
        </mxCell>
        <mxCell id="p8pHNqXcbaAZnEPRJ2cy-20" edge="1" parent="1" source="p8pHNqXcbaAZnEPRJ2cy-1" style="edgeStyle=none;curved=1;rounded=1;orthogonalLoop=1;jettySize=auto;html=1;exitX=0;exitY=1;exitDx=0;exitDy=0;fontSize=12;startSize=8;endSize=8;entryX=1;entryY=0;entryDx=0;entryDy=0;" target="LhPUbgTbJpqGcTxOS-ww-70">
          <mxGeometry relative="1" as="geometry">
            <mxPoint x="58" y="282" as="sourcePoint" />
            <mxPoint x="98" y="322" as="targetPoint" />
          </mxGeometry>
        </mxCell>
        <mxCell id="OIwntdkwLblrr2rhOdX1-1" edge="1" parent="1" source="LhPUbgTbJpqGcTxOS-ww-70" style="edgeStyle=none;curved=1;rounded=1;orthogonalLoop=1;jettySize=auto;html=1;exitX=1;exitY=1;exitDx=0;exitDy=0;fontSize=12;startSize=8;endSize=8;entryX=0;entryY=0;entryDx=0;entryDy=0;" target="LhPUbgTbJpqGcTxOS-ww-81">
          <mxGeometry relative="1" as="geometry">
            <mxPoint x="11" y="314" as="sourcePoint" />
            <mxPoint x="-29" y="354" as="targetPoint" />
          </mxGeometry>
        </mxCell>
        <mxCell id="OIwntdkwLblrr2rhOdX1-2" edge="1" parent="1" source="LhPUbgTbJpqGcTxOS-ww-80" style="edgeStyle=none;curved=1;rounded=1;orthogonalLoop=1;jettySize=auto;html=1;exitX=0;exitY=1;exitDx=0;exitDy=0;fontSize=12;startSize=8;endSize=8;entryX=1;entryY=0;entryDx=0;entryDy=0;" target="LhPUbgTbJpqGcTxOS-ww-81">
          <mxGeometry relative="1" as="geometry">
            <mxPoint x="112" y="327" as="sourcePoint" />
            <mxPoint x="72" y="367" as="targetPoint" />
          </mxGeometry>
        </mxCell>
        <mxCell id="OIwntdkwLblrr2rhOdX1-3" edge="1" parent="1" source="LhPUbgTbJpqGcTxOS-ww-81" style="edgeStyle=none;curved=1;rounded=1;orthogonalLoop=1;jettySize=auto;html=1;exitX=0;exitY=1;exitDx=0;exitDy=0;fontSize=12;startSize=8;endSize=8;entryX=1;entryY=0;entryDx=0;entryDy=0;" target="p8pHNqXcbaAZnEPRJ2cy-17">
          <mxGeometry relative="1" as="geometry">
            <mxPoint x="26" y="406" as="sourcePoint" />
            <mxPoint x="-14" y="446" as="targetPoint" />
          </mxGeometry>
        </mxCell>
        <mxCell id="OIwntdkwLblrr2rhOdX1-4" edge="1" parent="1" source="p8pHNqXcbaAZnEPRJ2cy-17" style="edgeStyle=none;curved=1;rounded=1;orthogonalLoop=1;jettySize=auto;html=1;exitX=1;exitY=1;exitDx=0;exitDy=0;fontSize=12;startSize=8;endSize=8;entryX=0;entryY=0;entryDx=0;entryDy=0;" target="p8pHNqXcbaAZnEPRJ2cy-4">
          <mxGeometry relative="1" as="geometry">
            <mxPoint x="63" y="472" as="sourcePoint" />
            <mxPoint x="23" y="512" as="targetPoint" />
          </mxGeometry>
        </mxCell>
        <mxCell id="OIwntdkwLblrr2rhOdX1-5" edge="1" parent="1" source="p8pHNqXcbaAZnEPRJ2cy-17" style="edgeStyle=none;curved=1;rounded=1;orthogonalLoop=1;jettySize=auto;html=1;exitX=0.5;exitY=1;exitDx=0;exitDy=0;fontSize=12;startSize=8;endSize=8;entryX=0.5;entryY=0;entryDx=0;entryDy=0;" target="p8pHNqXcbaAZnEPRJ2cy-3">
          <mxGeometry relative="1" as="geometry">
            <mxPoint x="-28" y="530" as="sourcePoint" />
            <mxPoint x="-68" y="570" as="targetPoint" />
          </mxGeometry>
        </mxCell>
        <mxCell id="OIwntdkwLblrr2rhOdX1-6" edge="1" parent="1" source="0f6FQbk-GcDdoWLRAv9r-2" style="edgeStyle=none;curved=1;rounded=1;orthogonalLoop=1;jettySize=auto;html=1;exitX=0;exitY=1;exitDx=0;exitDy=0;fontSize=12;entryX=1;entryY=0;entryDx=0;entryDy=0;" target="0f6FQbk-GcDdoWLRAv9r-3">
          <mxGeometry relative="1" as="geometry">
            <mxPoint x="365" y="131" as="sourcePoint" />
            <mxPoint x="325" y="171" as="targetPoint" />
          </mxGeometry>
        </mxCell>
      </root>
    </mxGraphModel>
  </diagram>
</mxfile>
